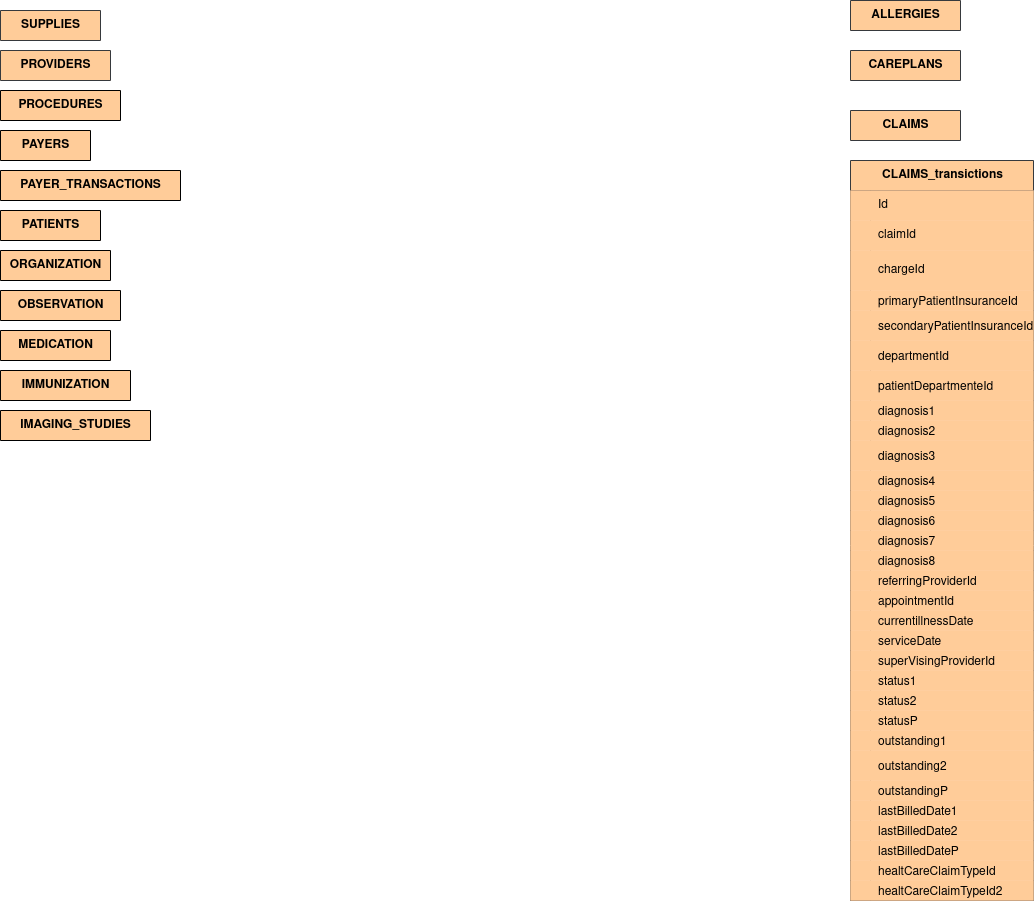
This is BigDataProject.drawio.png from UtsuroNoArashi/BigDataProject, a draw.io export, as it was before one commit. Source tidied: cells renumbered, new cells last; positions are measured from the earlier drawing's top-left corner, leaving out a move shared by most shapes.
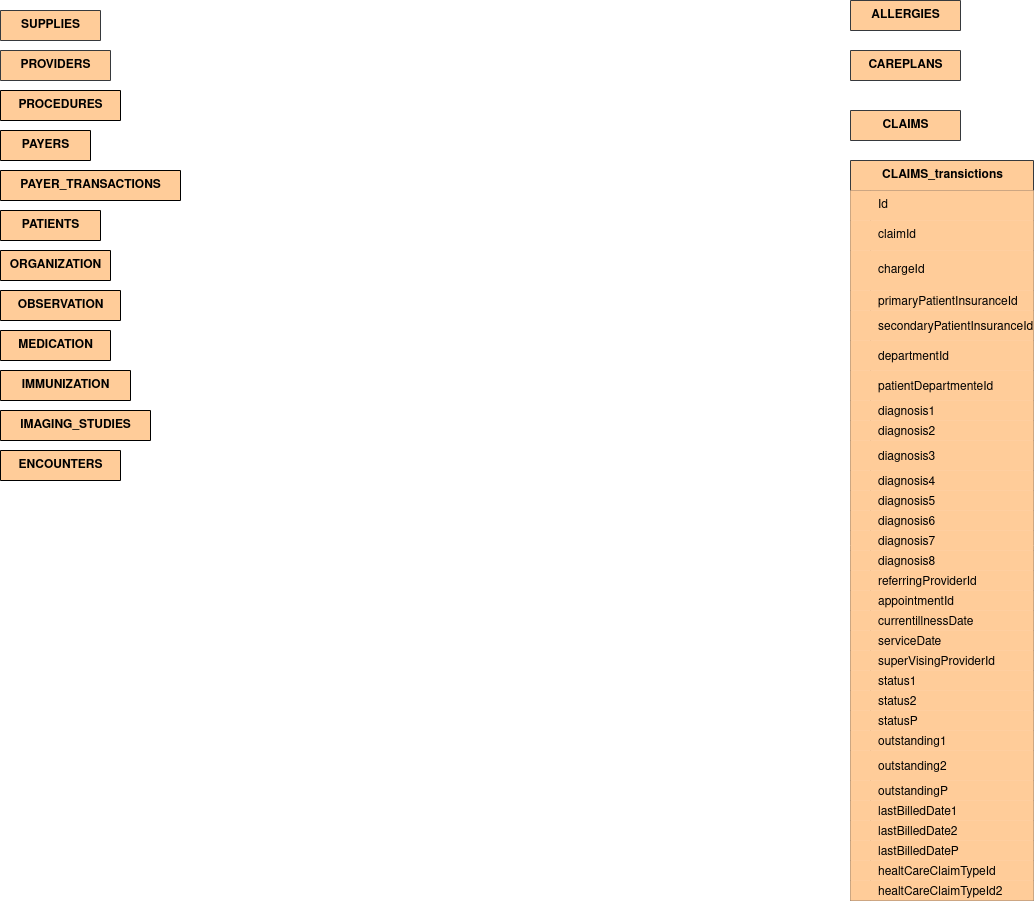
After the commit.

The edit, as a diff of the source:
```diff
@@ -326,5 +326,8 @@
     <mxCell id="109" value="&lt;div&gt;IMAGING_STUDIES&lt;/div&gt;" style="shape=table;startSize=30;rowLines=0;fontStyle=1;align=center;html=1;fillColor=light-dark(#FFCC99,#B98351);fontColor=light-dark(#000000,#000000);" parent="1" vertex="1" collapsed="1">
       <mxGeometry y="410" width="150" height="30" as="geometry" />
     </mxCell>
+    <mxCell id="110" value="ENCOUNTERS" style="shape=table;startSize=30;rowLines=0;fontStyle=1;align=center;html=1;fillColor=light-dark(#FFCC99,#B98351);fontColor=light-dark(#000000,#000000);" parent="1" vertex="1" collapsed="1">
+      <mxGeometry y="450" width="120" height="30" as="geometry" />
+    </mxCell>
   </root>
 </mxGraphModel>
```
